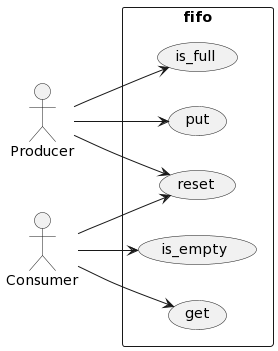
Earlier version of the PlantUML export Assignment3_2TestDrivenDevelopment/docs/diagrams/uscase.png (Steinarr134/EmbeddedAssignments).
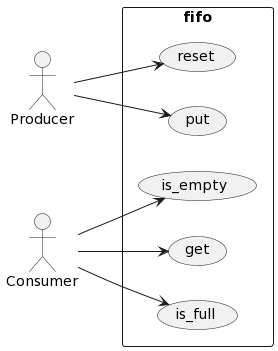
Later version of the same file.

What changed in the source:
```diff
@@ -2,20 +2,16 @@
 left to right direction
 actor "Producer" as producer
 actor "Consumer" as consumer
-
 rectangle fifo {
-  usecase "put" as put
-  usecase "get" as get
-  usecase "reset" as reset
-  usecase "is_empty" as is_empty
-  usecase "is_full" as is_full
-
+usecase "put" as put
+usecase "get" as get
+usecase "reset" as reset
+usecase "is_empty" as is_empty
+usecase "is_full" as is_full
 }
-
 producer --> put
 consumer --> get
 producer --> reset
-producer --> is_full
+consumer --> is_full
 consumer --> is_empty
-consumer --> reset
 @enduml
```
